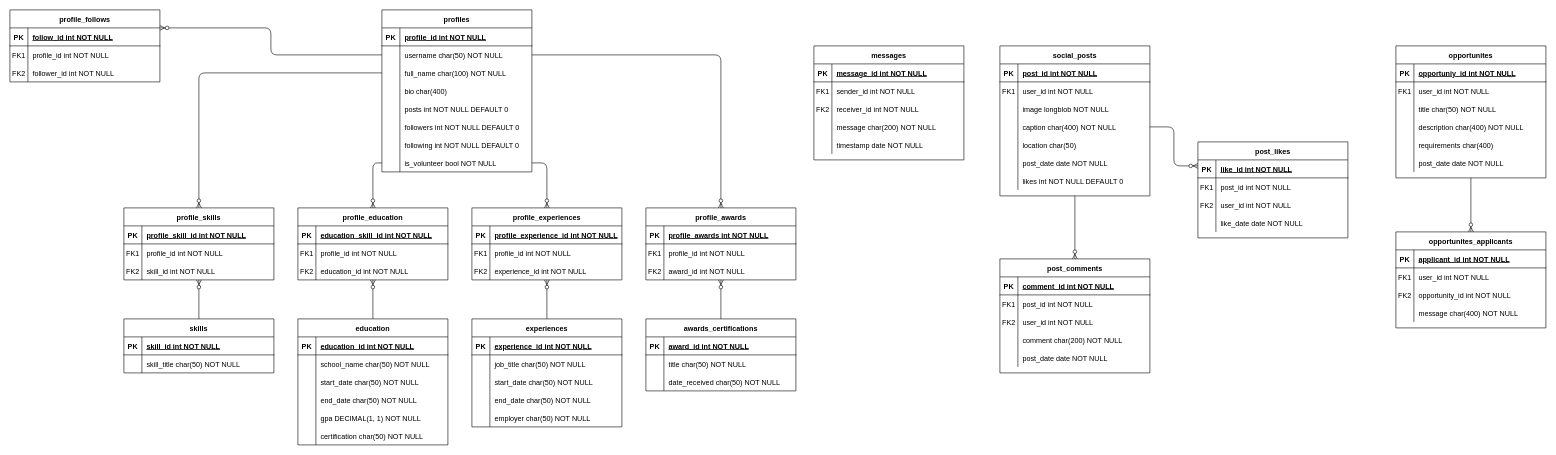
KonoNeko/Karma keeps this draw.io diagram as database/Karma DB.drawio. Above is the earlier version. Source tidied: cells renumbered, new cells numbered last; positions are measured from the earlier drawing's top-left corner, leaving out a move shared by most shapes. Both pictures are drawn from the tidied source at 60%, with x=0, y=0 at pixel (10, 10).
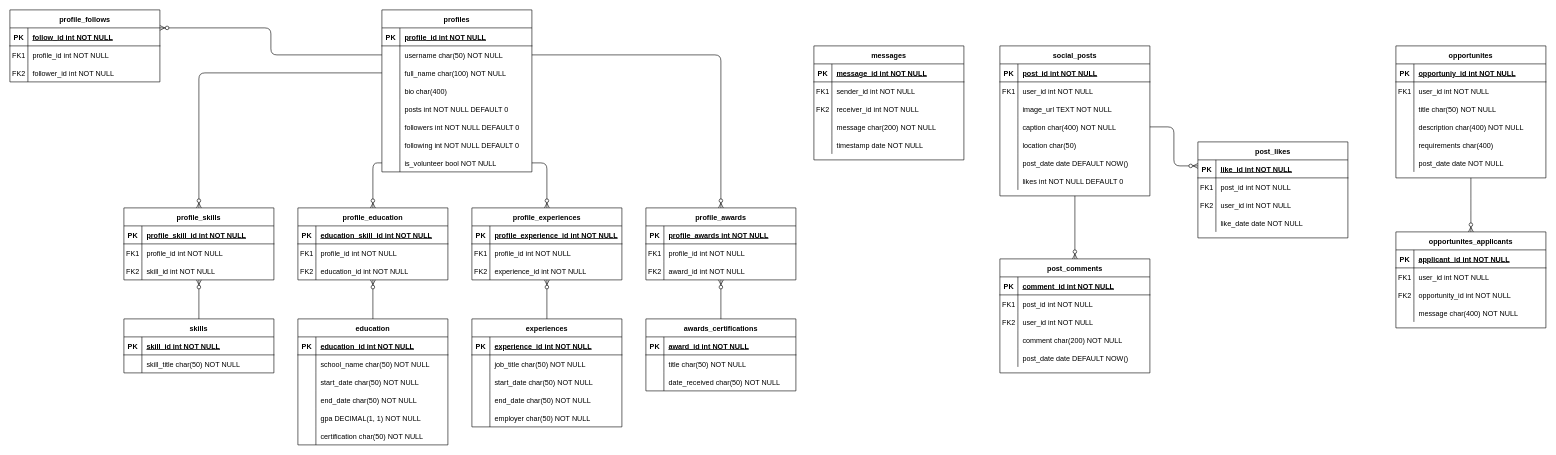
The same page after the edit.

Commit message (it also covers changes not shown here):
Added social_posts, post_comments, and post_likes tables

Unchanged cells that the change refers to:
```xml
<mxCell id="9" style="shape=partialRectangle;fillColor=none;top=0;left=0;right=0;bottom=0;" parent="2" vertex="1">
  <mxGeometry y="90" width="250" height="30" as="geometry" />
</mxCell>
<mxCell id="18" style="shape=partialRectangle;fillColor=none;top=0;left=0;right=0;bottom=0;" parent="2" vertex="1">
  <mxGeometry y="180" width="250" height="30" as="geometry" />
</mxCell>
<mxCell id="210" style="shape=partialRectangle;fillColor=none;top=0;left=0;right=0;bottom=0;" parent="197" vertex="1">
  <mxGeometry y="150" width="250" height="30" as="geometry" />
</mxCell>
```

What changed in the source:
```diff
@@
-    <mxCell id="11" value="image longblob NOT NULL" style="shape=partialRectangle;overflow=hidden;fillColor=none;top=0;left=0;bottom=0;right=0;align=left;spacingLeft=6;" parent="9" vertex="1">
+    <mxCell id="11" value="image_url TEXT NOT NULL" style="shape=partialRectangle;overflow=hidden;fillColor=none;top=0;left=0;bottom=0;right=0;align=left;spacingLeft=6;" parent="9" vertex="1">
       <mxGeometry x="30" width="220" height="30" as="geometry" />
     </mxCell>
@@
-    <mxCell id="20" value="post_date date NOT NULL" style="shape=partialRectangle;overflow=hidden;fillColor=none;top=0;left=0;bottom=0;right=0;align=left;spacingLeft=6;" parent="18" vertex="1">
+    <mxCell id="20" value="post_date date DEFAULT NOW()" style="shape=partialRectangle;overflow=hidden;fillColor=none;top=0;left=0;bottom=0;right=0;align=left;spacingLeft=6;" parent="18" vertex="1">
       <mxGeometry x="30" width="220" height="30" as="geometry" />
     </mxCell>
@@
-    <mxCell id="212" value="post_date date NOT NULL" style="shape=partialRectangle;overflow=hidden;fillColor=none;top=0;left=0;bottom=0;right=0;align=left;spacingLeft=6;" parent="210" vertex="1">
+    <mxCell id="212" value="post_date date DEFAULT NOW()" style="shape=partialRectangle;overflow=hidden;fillColor=none;top=0;left=0;bottom=0;right=0;align=left;spacingLeft=6;" parent="210" vertex="1">
       <mxGeometry x="30" width="220" height="30" as="geometry" />
     </mxCell>
```
